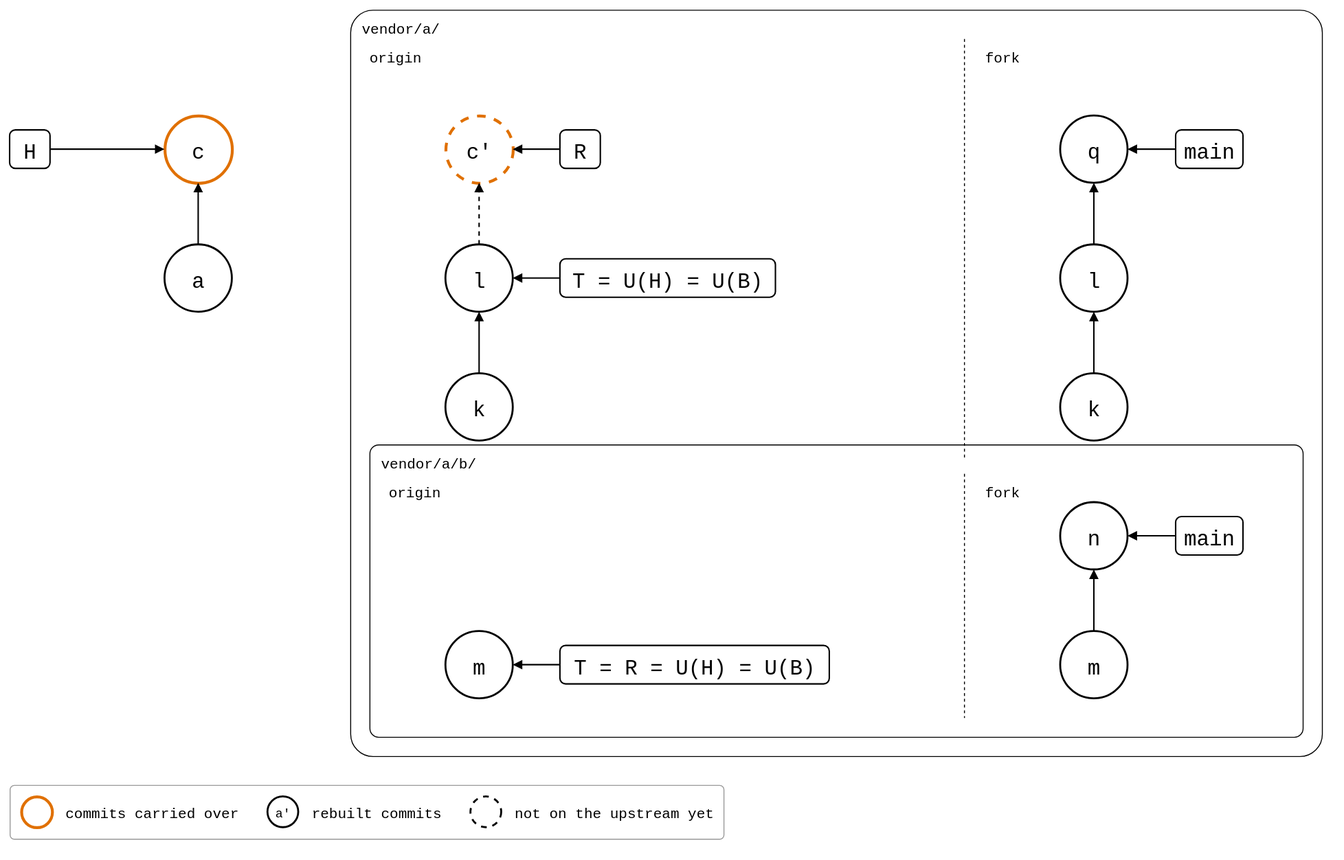
Before: docs/09-scenarios/05-nested-splices/01-nested-splices/01-outer-fork/same-name-below.drawio.svg, a diagram exported from draw.io (roschaefer/git-splice). Source tidied: cells renumbered, new cells last; positions are measured from the earlier drawing's top-left corner, leaving out a move shared by most shapes.
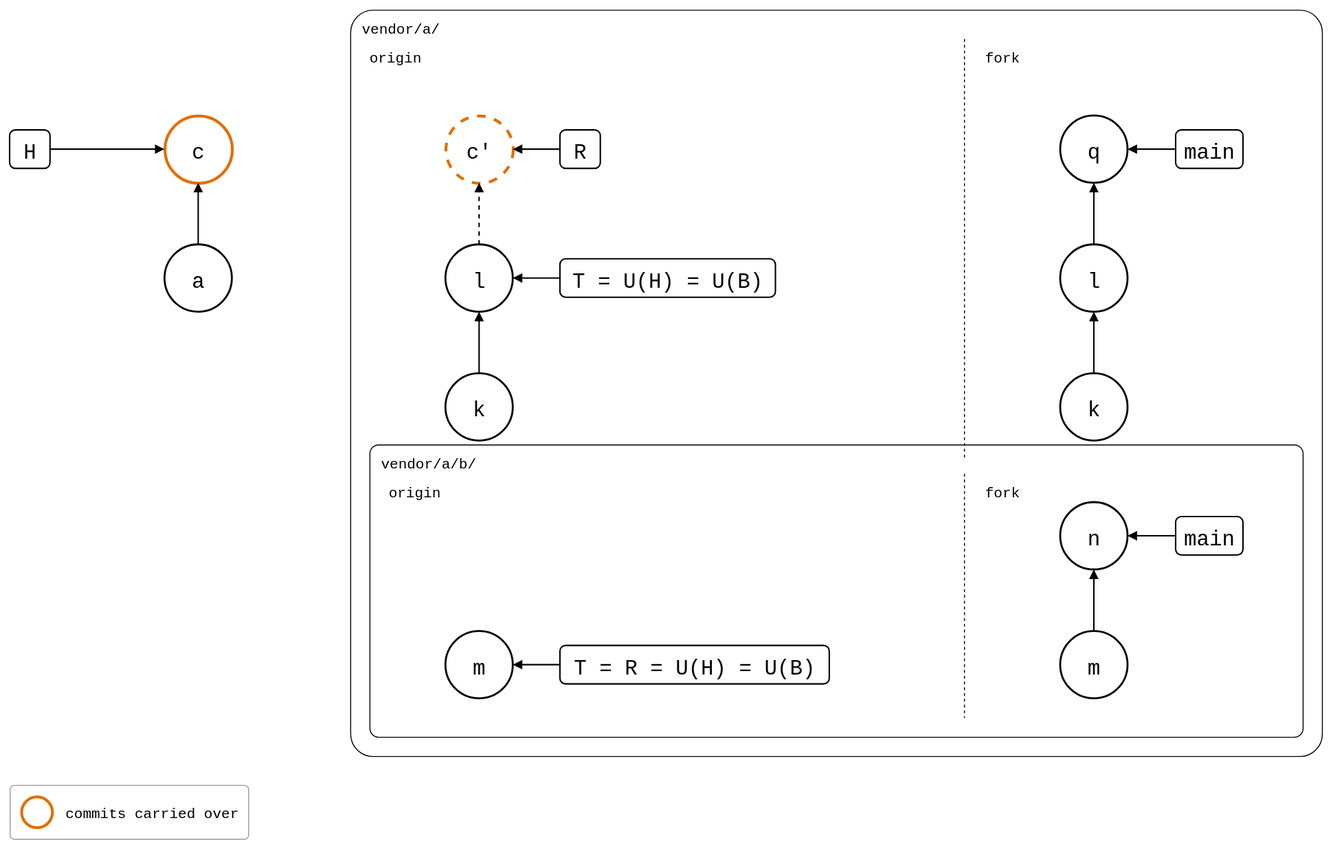
The same diagram one commit later.

The edit, as a diff of the source:
```diff
@@ -114,7 +114,7 @@
       <mxGeometry relative="1" as="geometry" />
     </mxCell>
     <mxCell id="39" style="rounded=1;arcSize=8;fillColor=none;strokeColor=#999999;strokeWidth=1;legend=1;" parent="1" vertex="1">
-      <mxGeometry y="806" width="742" height="56" as="geometry" />
+      <mxGeometry y="806" width="248" height="56" as="geometry" />
     </mxCell>
     <mxCell id="40" style="ellipse;fontSize=13;fontFamily=Roboto Mono,monospace;strokeColor=#E07000;strokeWidth=3;" parent="39" vertex="1">
       <mxGeometry x="12" y="12" width="32" height="32" as="geometry" />
@@ -122,17 +122,5 @@
     <mxCell id="41" value="commits carried over" style="text;align=left;verticalAlign=middle;fontSize=15;fontFamily=Roboto Mono,monospace;" parent="39" vertex="1">
       <mxGeometry x="56" y="12" width="180" height="32" as="geometry" />
     </mxCell>
-    <mxCell id="42" value="a'" style="ellipse;fontSize=13;fontFamily=Roboto Mono,monospace;strokeWidth=2;" parent="39" vertex="1">
-      <mxGeometry x="268" y="12" width="32" height="32" as="geometry" />
-    </mxCell>
-    <mxCell id="43" value="rebuilt commits" style="text;align=left;verticalAlign=middle;fontSize=15;fontFamily=Roboto Mono,monospace;" parent="39" vertex="1">
-      <mxGeometry x="312" y="12" width="135" height="32" as="geometry" />
-    </mxCell>
-    <mxCell id="44" style="ellipse;fontSize=13;fontFamily=Roboto Mono,monospace;strokeWidth=2;dashed=1;" parent="39" vertex="1">
-      <mxGeometry x="479" y="12" width="32" height="32" as="geometry" />
-    </mxCell>
-    <mxCell id="45" value="not on the upstream yet" style="text;align=left;verticalAlign=middle;fontSize=15;fontFamily=Roboto Mono,monospace;" parent="39" vertex="1">
-      <mxGeometry x="523" y="12" width="207" height="32" as="geometry" />
-    </mxCell>
   </root>
 </mxGraphModel>
```
